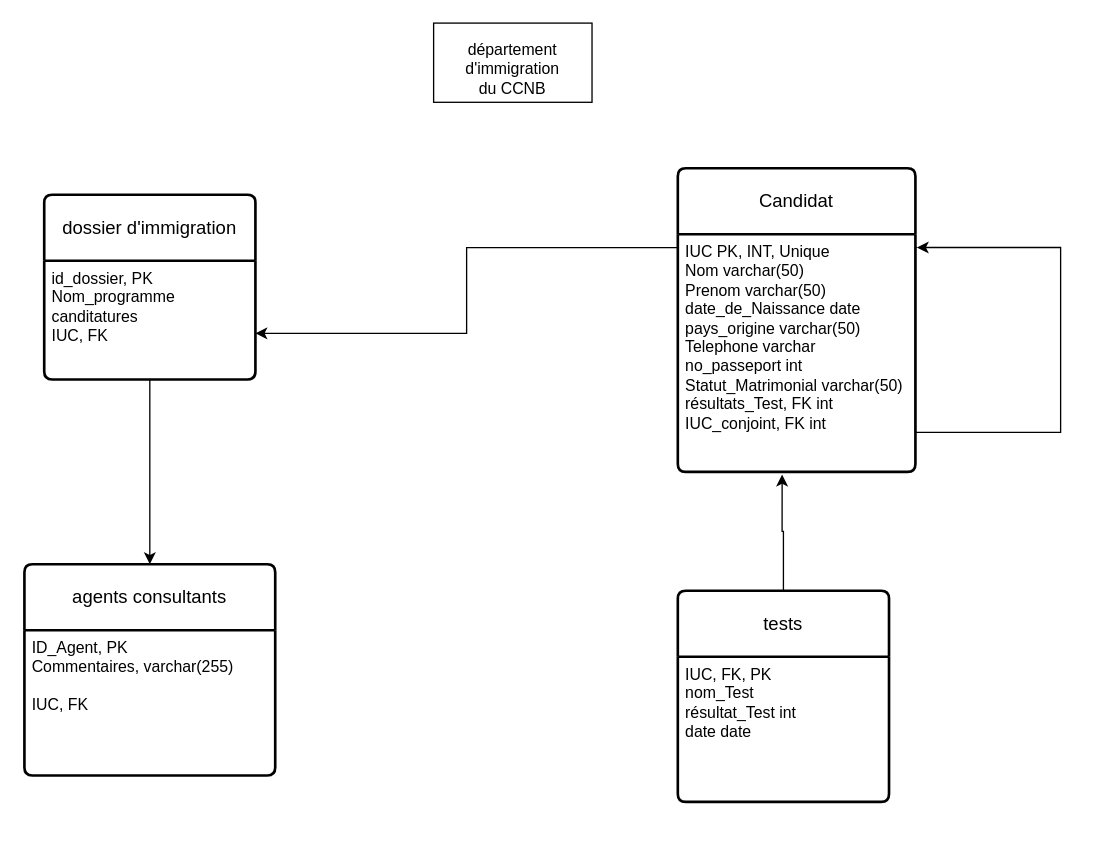
Above: Mi-session/test26FevDATA1029XavierViel.drawio in ProfX1/2094329_DATA1029 (draw.io), before the change. Source tidied: cells renumbered, new cells numbered last; positions are measured from the earlier drawing's top-left corner, leaving out a move shared by most shapes. Both pictures are drawn from the tidied source at 132%, with x=0, y=0 at pixel (24, 22).
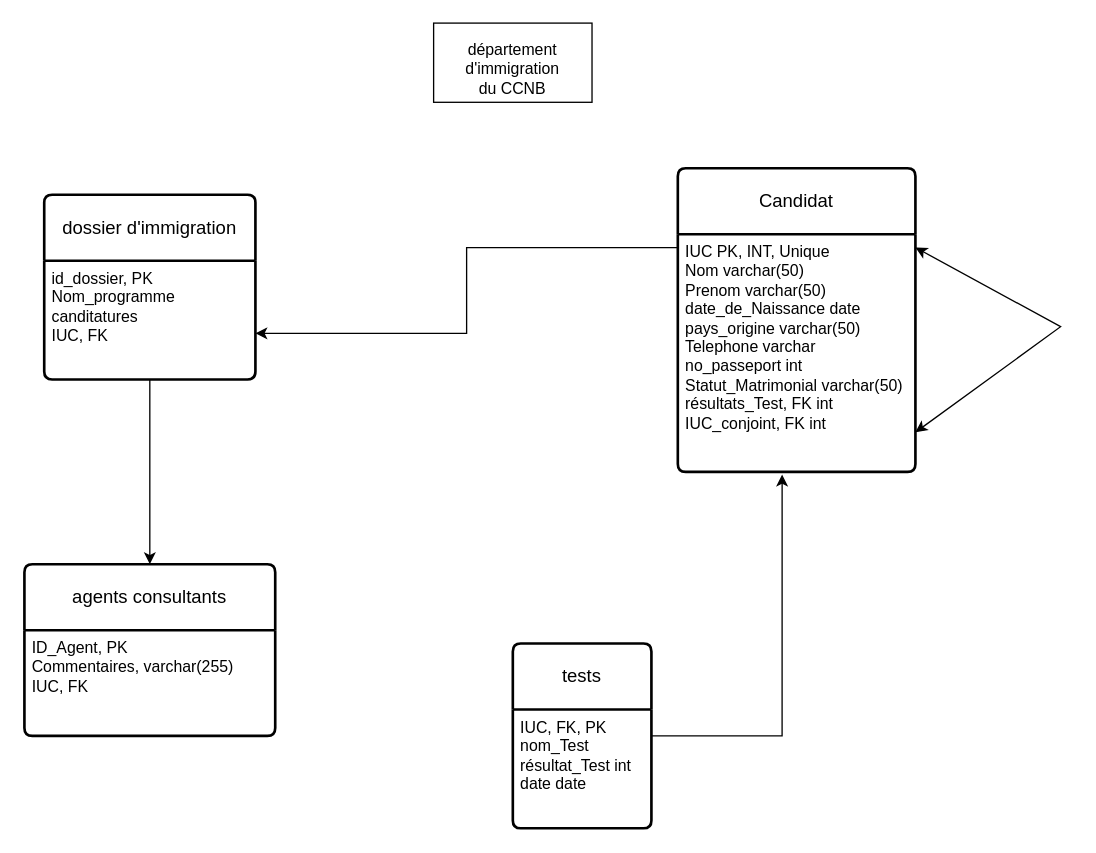
The same diagram, later.

Change to the diagram source:
```diff
@@
 <mxGraphModel>
   <root>
     <mxCell id="0" />
     <mxCell id="1" parent="0" />
     <mxCell id="2" style="rounded=0;whiteSpace=wrap;html=1;" parent="1" vertex="1">
       <mxGeometry x="310" width="120" height="60" as="geometry" />
     </mxCell>
     <mxCell id="3" value="département d'immigration du CCNB" style="text;html=1;align=center;verticalAlign=middle;whiteSpace=wrap;rounded=0;" parent="1" vertex="1">
       <mxGeometry x="340" y="20" width="60" height="30" as="geometry" />
     </mxCell>
     <mxCell id="4" value="Candidat" style="swimlane;horizontal=1;startSize=50;rounded=1;fontSize=14;fontStyle=0;strokeWidth=2;shadow=0;dashed=0;align=center;arcSize=4;whiteSpace=wrap;html=1;" parent="1" vertex="1">
       <mxGeometry x="495" y="110" width="180" height="230" as="geometry" />
     </mxCell>
     <mxCell id="5" value="IUC PK, INT, Unique&lt;br&gt;Nom varchar(50)&lt;br&gt;Prenom varchar(50)&lt;br&gt;date_de_Naissance date&lt;br&gt;pays_origine varchar(50)&lt;br&gt;Telephone varchar&lt;br&gt;no_passeport int&lt;br&gt;Statut_Matrimonial varchar(50)&lt;br&gt;résultats_Test, FK int&lt;br&gt;IUC_conjoint, FK int" style="align=left;strokeColor=none;fillColor=none;spacingLeft=4;fontSize=12;verticalAlign=top;html=1;" parent="4" vertex="1">
       <mxGeometry y="50" width="180" height="180" as="geometry" />
     </mxCell>
     <mxCell id="6" value="dossier d'immigration" style="swimlane;horizontal=1;startSize=50;rounded=1;fontSize=14;fontStyle=0;strokeWidth=2;shadow=0;dashed=0;align=center;arcSize=4;whiteSpace=wrap;html=1;" parent="1" vertex="1">
       <mxGeometry x="15" y="130" width="160" height="140" as="geometry" />
     </mxCell>
     <mxCell id="7" value="id_dossier, PK&lt;br&gt;Nom_programme&lt;br&gt;canditatures&lt;br&gt;IUC, FK&lt;br&gt;&lt;div&gt;&lt;br/&gt;&lt;/div&gt;" style="align=left;strokeColor=none;fillColor=none;spacingLeft=4;fontSize=12;verticalAlign=top;html=1;" parent="6" vertex="1">
       <mxGeometry y="50" width="160" height="90" as="geometry" />
     </mxCell>
-    <mxCell id="8" style="edgeStyle=orthogonalEdgeStyle;rounded=0;orthogonalLoop=1;jettySize=auto;html=1;" parent="1" edge="1">
-      <mxGeometry relative="1" as="geometry">
-        <mxPoint x="676" y="170" as="sourcePoint" />
-        <mxPoint x="676" y="170" as="targetPoint" />
-        <Array as="points">
-          <mxPoint x="675" y="170" />
-          <mxPoint x="675" y="310" />
-          <mxPoint x="785" y="310" />
-          <mxPoint x="785" y="170" />
-        </Array>
-      </mxGeometry>
-    </mxCell>
     <mxCell id="9" value="tests" style="swimlane;horizontal=1;startSize=50;rounded=1;fontSize=14;fontStyle=0;strokeWidth=2;shadow=0;dashed=0;align=center;arcSize=4;whiteSpace=wrap;html=1;" parent="1" vertex="1">
-      <mxGeometry x="495" y="430" width="160" height="160" as="geometry" />
+      <mxGeometry x="370" y="470" width="105" height="140" as="geometry" />
     </mxCell>
     <mxCell id="10" value="IUC, FK, PK&lt;br&gt;nom_Test&lt;br&gt;résultat_Test int&lt;br&gt;date date&lt;div&gt;&lt;br/&gt;&lt;/div&gt;" style="align=left;strokeColor=none;fillColor=none;spacingLeft=4;fontSize=12;verticalAlign=top;html=1;" parent="9" vertex="1">
-      <mxGeometry y="50" width="160" height="110" as="geometry" />
+      <mxGeometry y="50" width="105" height="90" as="geometry" />
     </mxCell>
     <mxCell id="11" style="edgeStyle=orthogonalEdgeStyle;rounded=0;jettySize=auto;html=1;entryX=0.439;entryY=1.011;entryDx=0;entryDy=0;entryPerimeter=0;" parent="1" edge="1" source="9" target="5">
       <mxGeometry relative="1" as="geometry" />
     </mxCell>
     <mxCell id="12" value="agents consultants" style="swimlane;horizontal=1;startSize=50;rounded=1;fontSize=14;fontStyle=0;strokeWidth=2;shadow=0;dashed=0;align=center;arcSize=4;whiteSpace=wrap;html=1;" parent="1" vertex="1">
-      <mxGeometry y="410" width="190" height="160" as="geometry" />
+      <mxGeometry y="410" width="190" height="130" as="geometry" />
     </mxCell>
-    <mxCell id="13" value="ID_Agent, PK&lt;br&gt;Commentaires, varchar(255)&lt;br&gt;&lt;br&gt;IUC, FK" style="align=left;strokeColor=none;fillColor=none;spacingLeft=4;fontSize=12;verticalAlign=top;html=1;" parent="12" vertex="1">
-      <mxGeometry y="50" width="190" height="110" as="geometry" />
+    <mxCell id="13" value="ID_Agent, PK&lt;br&gt;Commentaires, varchar(255)&lt;br&gt;IUC, FK" style="align=left;strokeColor=none;fillColor=none;spacingLeft=4;fontSize=12;verticalAlign=top;html=1;" parent="12" vertex="1">
+      <mxGeometry y="50" width="190" height="80" as="geometry" />
     </mxCell>
     <mxCell id="14" style="edgeStyle=orthogonalEdgeStyle;rounded=0;jettySize=auto;html=1;entryX=0.5;entryY=0;entryDx=0;entryDy=0;" parent="1" edge="1" source="7" target="12">
       <mxGeometry relative="1" as="geometry" />
     </mxCell>
     <mxCell id="15" style="edgeStyle=orthogonalEdgeStyle;rounded=0;jettySize=auto;html=1;entryX=1;entryY=0.611;entryDx=0;entryDy=0;entryPerimeter=0;exitX=0;exitY=0.056;exitDx=0;exitDy=0;exitPerimeter=0;" parent="1" edge="1" source="5" target="7">
       <mxGeometry relative="1" as="geometry" />
     </mxCell>
+    <mxCell id="16" style="endArrow=classic;startArrow=classic;html=1;rounded=0;" parent="1" edge="1">
+      <mxGeometry relative="1" as="geometry">
+        <mxPoint x="675" y="170" as="sourcePoint" />
+        <mxPoint x="675" y="310" as="targetPoint" />
+        <Array as="points">
+          <mxPoint x="785" y="230" />
+        </Array>
+      </mxGeometry>
+    </mxCell>
   </root>
 </mxGraphModel>
```
